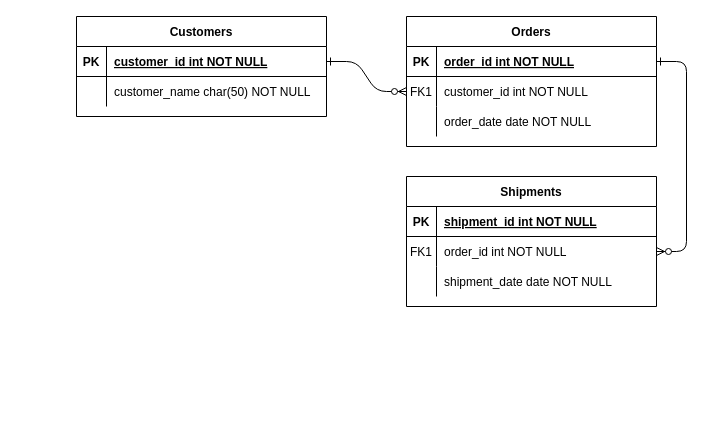
Earlier version of the draw.io diagram Diagrama sin título.drawio (agustinyedro/diagramas). Source tidied: cells renumbered, new cells numbered last; positions are measured from the earlier drawing's top-left corner, leaving out a move shared by most shapes. Both pictures are drawn from the tidied source at 100%, with x=0, y=0 at pixel (76, 16).
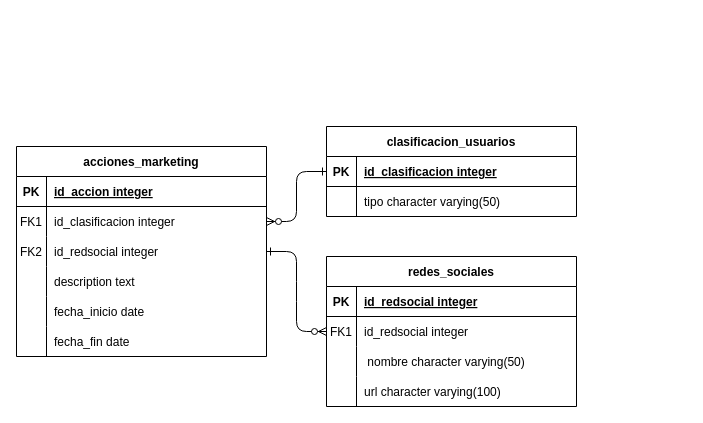
After the change.

The change refers to these unchanged cells:
```xml
<mxCell id="5" style="shape=partialRectangle;fillColor=none;points=[[0,0.5],[1,0.5]];portConstraint=eastwest;top=0;left=0;right=0;bottom=1;" parent="4" vertex="1">
  <mxGeometry y="30" width="250" height="30" as="geometry" />
</mxCell>
<mxCell id="8" style="shape=partialRectangle;fillColor=none;points=[[0,0.5],[1,0.5]];portConstraint=eastwest;top=0;left=0;right=0;bottom=0;" parent="4" vertex="1">
  <mxGeometry y="60" width="250" height="30" as="geometry" />
</mxCell>
<mxCell id="11" style="shape=partialRectangle;fillColor=none;points=[[0,0.5],[1,0.5]];portConstraint=eastwest;top=0;left=0;right=0;bottom=0;" parent="4" vertex="1">
  <mxGeometry y="90" width="250" height="30" as="geometry" />
</mxCell>
<mxCell id="15" style="shape=partialRectangle;fillColor=none;top=0;left=0;right=0;bottom=1;" parent="14" vertex="1">
  <mxGeometry y="30" width="250" height="30" as="geometry" />
</mxCell>
<mxCell id="18" style="shape=partialRectangle;fillColor=none;points=[[0,0.5],[1,0.5]];portConstraint=eastwest;top=0;left=0;right=0;bottom=0;" parent="14" vertex="1">
  <mxGeometry y="60" width="250" height="30" as="geometry" />
</mxCell>
<mxCell id="21" style="shape=partialRectangle;fillColor=none;top=0;left=0;right=0;bottom=0;" parent="14" vertex="1">
  <mxGeometry y="90" width="250" height="30" as="geometry" />
</mxCell>
<mxCell id="25" style="shape=partialRectangle;fillColor=none;points=[[0,0.5],[1,0.5]];portConstraint=eastwest;top=0;left=0;right=0;bottom=1;" parent="24" vertex="1">
  <mxGeometry y="30" width="250" height="30" as="geometry" />
</mxCell>
<mxCell id="28" style="shape=partialRectangle;fillColor=none;top=0;left=0;right=0;bottom=0;" parent="24" vertex="1">
  <mxGeometry y="60" width="250" height="30" as="geometry" />
</mxCell>
```

Diff of the diagram source:
```diff
@@
-    <mxCell id="3" style="edgeStyle=entityRelationEdgeStyle;endArrow=ERzeroToMany;startArrow=ERone;endFill=1;startFill=0;" parent="1" edge="1" source="5" target="18">
+    <mxCell id="3" style="edgeStyle=entityRelationEdgeStyle;endArrow=ERzeroToMany;startArrow=ERone;endFill=1;startFill=0;" parent="1" edge="1" source="11" target="18">
       <mxGeometry relative="1" as="geometry" />
     </mxCell>
-    <mxCell id="4" value="Orders" style="shape=table;startSize=30;childLayout=tableLayout;rowLines=0;fontStyle=1;align=center;" parent="1" vertex="1">
-      <mxGeometry x="330" width="250" height="130" as="geometry" />
+    <mxCell id="4" value="acciones_marketing" style="shape=table;startSize=30;childLayout=tableLayout;rowLines=0;fontStyle=1;align=center;" parent="1" vertex="1">
+      <mxGeometry x="-60" y="130" width="250" height="210" as="geometry" />
     </mxCell>
@@
-    <mxCell id="7" value="order_id int NOT NULL " style="shape=partialRectangle;overflow=hidden;fillColor=none;top=0;left=0;bottom=0;right=0;align=left;spacingLeft=6;fontStyle=5;" parent="5" vertex="1">
+    <mxCell id="7" value="id_accion integer" style="shape=partialRectangle;overflow=hidden;fillColor=none;top=0;left=0;bottom=0;right=0;align=left;spacingLeft=6;fontStyle=5;" parent="5" vertex="1">
       <mxGeometry x="30" width="220" height="30" as="geometry" />
     </mxCell>
@@
-    <mxCell id="10" value="customer_id int NOT NULL" style="shape=partialRectangle;overflow=hidden;fillColor=none;top=0;left=0;bottom=0;right=0;align=left;spacingLeft=6;" parent="8" vertex="1">
+    <mxCell id="10" value="id_clasificacion integer" style="shape=partialRectangle;overflow=hidden;fillColor=none;top=0;left=0;bottom=0;right=0;align=left;spacingLeft=6;" parent="8" vertex="1">
       <mxGeometry x="30" width="220" height="30" as="geometry" />
     </mxCell>
@@
-    <mxCell id="12" style="shape=partialRectangle;overflow=hidden;fillColor=none;top=0;left=0;bottom=0;right=0;" parent="11" vertex="1">
+    <mxCell id="12" value="FK2" style="shape=partialRectangle;overflow=hidden;fillColor=none;top=0;left=0;bottom=0;right=0;" parent="11" vertex="1">
       <mxGeometry width="30" height="30" as="geometry" />
     </mxCell>
-    <mxCell id="13" value="order_date date NOT NULL" style="shape=partialRectangle;overflow=hidden;fillColor=none;top=0;left=0;bottom=0;right=0;align=left;spacingLeft=6;" parent="11" vertex="1">
+    <mxCell id="13" value="id_redsocial integer" style="shape=partialRectangle;overflow=hidden;fillColor=none;top=0;left=0;bottom=0;right=0;align=left;spacingLeft=6;" parent="11" vertex="1">
       <mxGeometry x="30" width="220" height="30" as="geometry" />
     </mxCell>
+    <mxCell id="31" style="shape=partialRectangle;fillColor=none;top=0;left=0;right=0;bottom=0;" parent="4" vertex="1">
+      <mxGeometry y="120" width="250" height="30" as="geometry" />
+    </mxCell>
+    <mxCell id="32" style="shape=partialRectangle;overflow=hidden;fillColor=none;top=0;left=0;bottom=0;right=0;" parent="31" vertex="1">
+      <mxGeometry width="30" height="30" as="geometry" />
+    </mxCell>
+    <mxCell id="33" value="description text" style="shape=partialRectangle;overflow=hidden;fillColor=none;top=0;left=0;bottom=0;right=0;align=left;spacingLeft=6;" parent="31" vertex="1">
+      <mxGeometry x="30" width="220" height="30" as="geometry" />
+    </mxCell>
+    <mxCell id="34" style="shape=partialRectangle;fillColor=none;top=0;left=0;right=0;bottom=0;" parent="4" vertex="1">
+      <mxGeometry y="150" width="250" height="30" as="geometry" />
+    </mxCell>
+    <mxCell id="35" style="shape=partialRectangle;overflow=hidden;fillColor=none;top=0;left=0;bottom=0;right=0;" parent="34" vertex="1">
+      <mxGeometry width="30" height="30" as="geometry" />
+    </mxCell>
+    <mxCell id="36" value="fecha_inicio date" style="shape=partialRectangle;overflow=hidden;fillColor=none;top=0;left=0;bottom=0;right=0;align=left;spacingLeft=6;" parent="34" vertex="1">
+      <mxGeometry x="30" width="220" height="30" as="geometry" />
+    </mxCell>
+    <mxCell id="37" style="shape=partialRectangle;fillColor=none;top=0;left=0;right=0;bottom=0;" parent="4" vertex="1">
+      <mxGeometry y="180" width="250" height="30" as="geometry" />
+    </mxCell>
+    <mxCell id="38" style="shape=partialRectangle;overflow=hidden;fillColor=none;top=0;left=0;bottom=0;right=0;" parent="37" vertex="1">
+      <mxGeometry width="30" height="30" as="geometry" />
+    </mxCell>
+    <mxCell id="39" value="fecha_fin date" style="shape=partialRectangle;overflow=hidden;fillColor=none;top=0;left=0;bottom=0;right=0;align=left;spacingLeft=6;" parent="37" vertex="1">
+      <mxGeometry x="30" width="220" height="30" as="geometry" />
+    </mxCell>
-    <mxCell id="14" value="Shipments" style="shape=table;startSize=30;childLayout=tableLayout;rowLines=0;fontStyle=1;align=center;" parent="1" vertex="1">
-      <mxGeometry x="330" y="160" width="250" height="130" as="geometry" />
+    <mxCell id="14" value="redes_sociales" style="shape=table;startSize=30;childLayout=tableLayout;rowLines=0;fontStyle=1;align=center;" parent="1" vertex="1">
+      <mxGeometry x="250" y="240" width="250" height="150" as="geometry" />
     </mxCell>
@@
-    <mxCell id="17" value="shipment_id int NOT NULL " style="shape=partialRectangle;overflow=hidden;fillColor=none;top=0;left=0;bottom=0;right=0;align=left;spacingLeft=6;fontStyle=5;" parent="15" vertex="1">
+    <mxCell id="17" value="id_redsocial integer" style="shape=partialRectangle;overflow=hidden;fillColor=none;top=0;left=0;bottom=0;right=0;align=left;spacingLeft=6;fontStyle=5;" parent="15" vertex="1">
       <mxGeometry x="30" width="220" height="30" as="geometry" />
     </mxCell>
@@
-    <mxCell id="20" value="order_id int NOT NULL" style="shape=partialRectangle;overflow=hidden;fillColor=none;top=0;left=0;bottom=0;right=0;align=left;spacingLeft=6;" parent="18" vertex="1">
+    <mxCell id="20" value="id_redsocial integer" style="shape=partialRectangle;overflow=hidden;fillColor=none;top=0;left=0;bottom=0;right=0;align=left;spacingLeft=6;" parent="18" vertex="1">
       <mxGeometry x="30" width="220" height="30" as="geometry" />
     </mxCell>
@@
-    <mxCell id="23" value="shipment_date date NOT NULL" style="shape=partialRectangle;overflow=hidden;fillColor=none;top=0;left=0;bottom=0;right=0;align=left;spacingLeft=6;" parent="21" vertex="1">
+    <mxCell id="23" value=" nombre character varying(50)" style="shape=partialRectangle;overflow=hidden;fillColor=none;top=0;left=0;bottom=0;right=0;align=left;spacingLeft=6;" parent="21" vertex="1">
       <mxGeometry x="30" width="220" height="30" as="geometry" />
     </mxCell>
+    <mxCell id="40" style="shape=partialRectangle;fillColor=none;top=0;left=0;right=0;bottom=0;" parent="14" vertex="1">
+      <mxGeometry y="120" width="250" height="30" as="geometry" />
+    </mxCell>
+    <mxCell id="41" style="shape=partialRectangle;overflow=hidden;fillColor=none;top=0;left=0;bottom=0;right=0;" parent="40" vertex="1">
+      <mxGeometry width="30" height="30" as="geometry" />
+    </mxCell>
+    <mxCell id="42" value="url character varying(100)" style="shape=partialRectangle;overflow=hidden;fillColor=none;top=0;left=0;bottom=0;right=0;align=left;spacingLeft=6;" parent="40" vertex="1">
+      <mxGeometry x="30" width="220" height="30" as="geometry" />
+    </mxCell>
-    <mxCell id="24" value="Customers" style="shape=table;startSize=30;childLayout=tableLayout;rowLines=0;fontStyle=1;align=center;" parent="1" vertex="1">
-      <mxGeometry width="250" height="100" as="geometry" />
+    <mxCell id="24" value="clasificacion_usuarios" style="shape=table;startSize=30;childLayout=tableLayout;rowLines=0;fontStyle=1;align=center;" parent="1" vertex="1">
+      <mxGeometry x="250" y="110" width="250" height="90" as="geometry" />
     </mxCell>
@@
-    <mxCell id="27" value="customer_id int NOT NULL " style="shape=partialRectangle;overflow=hidden;fillColor=none;top=0;left=0;bottom=0;right=0;align=left;spacingLeft=6;fontStyle=5;" parent="25" vertex="1">
+    <mxCell id="27" value="id_clasificacion integer" style="shape=partialRectangle;overflow=hidden;fillColor=none;top=0;left=0;bottom=0;right=0;align=left;spacingLeft=6;fontStyle=5;" parent="25" vertex="1">
       <mxGeometry x="30" width="220" height="30" as="geometry" />
     </mxCell>
@@
-    <mxCell id="30" value="customer_name char(50) NOT NULL" style="shape=partialRectangle;overflow=hidden;fillColor=none;top=0;left=0;bottom=0;right=0;align=left;spacingLeft=6;" parent="28" vertex="1">
+    <mxCell id="30" value="tipo character varying(50)" style="shape=partialRectangle;overflow=hidden;fillColor=none;top=0;left=0;bottom=0;right=0;align=left;spacingLeft=6;" parent="28" vertex="1">
       <mxGeometry x="30" width="220" height="30" as="geometry" />
     </mxCell>
```
